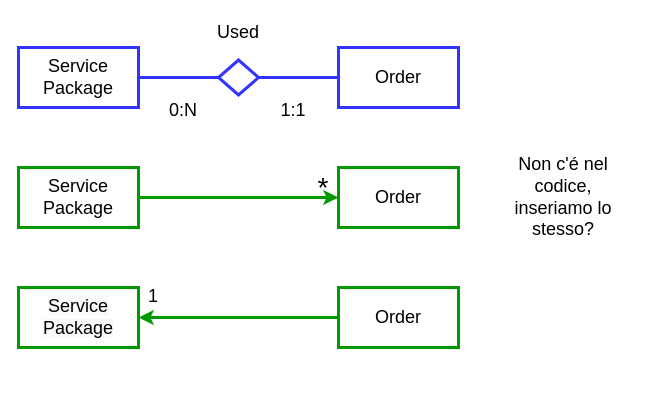
Before: page "Package - Order" (8 of 12) of Diagrams/relationships.drawio in matteovisotto/DB2-SirianiVisotto, a draw.io diagram. Source tidied: cells renumbered, new cells numbered last; positions are measured from the earlier drawing's top-left corner, leaving out a move shared by most shapes. Both pictures are drawn from the tidied source at 100%, with x=0, y=0 at pixel (18, 17).
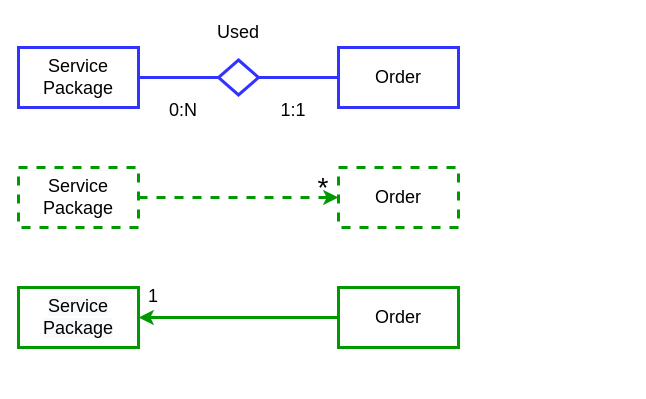
The same page after the edit.

Diff of the diagram source:
```diff
@@
 <mxGraphModel>
   <root>
     <mxCell id="0" />
     <mxCell id="1" parent="0" />
     <mxCell id="2" style="edgeStyle=orthogonalEdgeStyle;rounded=0;jettySize=auto;html=1;entryX=0;entryY=0.5;entryDx=0;entryDy=0;endArrow=none;endFill=0;strokeColor=#3333FF;strokeWidth=3;" parent="1" edge="1" source="3" target="5">
       <mxGeometry relative="1" as="geometry" />
     </mxCell>
     <mxCell id="3" value="Service Package" style="rounded=0;whiteSpace=wrap;html=1;strokeColor=#3333FF;strokeWidth=3;fontSize=18;" parent="1" vertex="1">
       <mxGeometry y="30" width="120" height="60" as="geometry" />
     </mxCell>
     <mxCell id="4" style="edgeStyle=orthogonalEdgeStyle;rounded=0;jettySize=auto;html=1;endArrow=none;endFill=0;strokeColor=#3333FF;strokeWidth=3;" parent="1" edge="1" source="5" target="6">
       <mxGeometry relative="1" as="geometry" />
     </mxCell>
     <mxCell id="5" style="rhombus;whiteSpace=wrap;html=1;strokeColor=#3333FF;strokeWidth=3;" parent="1" vertex="1">
       <mxGeometry x="200" y="42.5" width="40" height="35" as="geometry" />
     </mxCell>
     <mxCell id="6" value="Order" style="rounded=0;whiteSpace=wrap;html=1;strokeColor=#3333FF;strokeWidth=3;fontSize=18;" parent="1" vertex="1">
       <mxGeometry x="320" y="30" width="120" height="60" as="geometry" />
     </mxCell>
-    <mxCell id="7" style="edgeStyle=orthogonalEdgeStyle;rounded=0;jettySize=auto;html=1;endArrow=classic;endFill=1;strokeColor=#009900;strokeWidth=3;" parent="1" edge="1" source="8" target="9">
+    <mxCell id="7" style="edgeStyle=orthogonalEdgeStyle;rounded=0;jettySize=auto;html=1;endArrow=classic;endFill=1;strokeColor=#009900;strokeWidth=3;dashed=1;" parent="1" edge="1" source="8" target="9">
       <mxGeometry relative="1" as="geometry" />
     </mxCell>
-    <mxCell id="8" value="Service Package" style="rounded=0;whiteSpace=wrap;html=1;strokeColor=#009900;strokeWidth=3;fontSize=18;" parent="1" vertex="1">
+    <mxCell id="8" value="Service Package" style="rounded=0;whiteSpace=wrap;html=1;strokeColor=#009900;strokeWidth=3;fontSize=18;dashed=1;" parent="1" vertex="1">
       <mxGeometry y="150" width="120" height="60" as="geometry" />
     </mxCell>
-    <mxCell id="9" value="Order" style="rounded=0;whiteSpace=wrap;html=1;strokeColor=#009900;strokeWidth=3;fontSize=18;" parent="1" vertex="1">
+    <mxCell id="9" value="Order" style="rounded=0;whiteSpace=wrap;html=1;strokeColor=#009900;strokeWidth=3;fontSize=18;dashed=1;" parent="1" vertex="1">
       <mxGeometry x="320" y="150" width="120" height="60" as="geometry" />
     </mxCell>
     <mxCell id="10" value="&#10;&#10;&lt;span style=&quot;color: rgb(0, 0, 0); font-family: helvetica; font-size: 18px; font-style: normal; font-weight: 400; letter-spacing: normal; text-align: center; text-indent: 0px; text-transform: none; word-spacing: 0px; background-color: rgb(248, 249, 250); display: inline; float: none;&quot;&gt;Service Package&lt;/span&gt;&#10;&#10;" style="rounded=0;whiteSpace=wrap;html=1;strokeColor=#009900;strokeWidth=3;fontSize=18;" parent="1" vertex="1">
       <mxGeometry y="270" width="120" height="60" as="geometry" />
     </mxCell>
     <mxCell id="11" style="edgeStyle=orthogonalEdgeStyle;rounded=0;jettySize=auto;html=1;endArrow=classic;endFill=1;strokeColor=#009900;strokeWidth=3;" parent="1" edge="1" source="12" target="10">
       <mxGeometry relative="1" as="geometry" />
     </mxCell>
     <mxCell id="12" value="Order" style="rounded=0;whiteSpace=wrap;html=1;strokeColor=#009900;strokeWidth=3;fontSize=18;" parent="1" vertex="1">
       <mxGeometry x="320" y="270" width="120" height="60" as="geometry" />
     </mxCell>
     <mxCell id="13" value="&lt;span style=&quot;font-size: 18px&quot;&gt;Used&lt;/span&gt;" style="text;html=1;strokeColor=none;fillColor=none;align=center;verticalAlign=middle;whiteSpace=wrap;rounded=0;" parent="1" vertex="1">
       <mxGeometry x="190" width="60" height="30" as="geometry" />
     </mxCell>
     <mxCell id="14" value="&lt;font style=&quot;font-size: 18px&quot;&gt;0:N&lt;/font&gt;" style="text;html=1;strokeColor=none;fillColor=none;align=center;verticalAlign=middle;whiteSpace=wrap;rounded=0;" parent="1" vertex="1">
       <mxGeometry x="140" y="77.5" width="50" height="30" as="geometry" />
     </mxCell>
     <mxCell id="15" value="&lt;font style=&quot;font-size: 18px&quot;&gt;1:1&lt;/font&gt;" style="text;html=1;strokeColor=none;fillColor=none;align=center;verticalAlign=middle;whiteSpace=wrap;rounded=0;" parent="1" vertex="1">
       <mxGeometry x="250" y="77.5" width="50" height="30" as="geometry" />
     </mxCell>
-    <mxCell id="16" value="&lt;font style=&quot;font-size: 28px&quot;&gt;*&lt;/font&gt;" style="text;html=1;strokeColor=none;fillColor=none;align=center;verticalAlign=middle;whiteSpace=wrap;rounded=0;fontSize=18;" parent="1" vertex="1">
+    <mxCell id="16" value="&lt;font style=&quot;font-size: 28px&quot;&gt;*&lt;/font&gt;" style="text;html=1;strokeColor=none;fillColor=none;align=center;verticalAlign=middle;whiteSpace=wrap;rounded=0;fontSize=18;dashed=1;" parent="1" vertex="1">
       <mxGeometry x="280" y="160" width="50" height="20" as="geometry" />
     </mxCell>
     <mxCell id="17" value="&lt;font style=&quot;font-size: 18px&quot;&gt;1&lt;/font&gt;" style="text;html=1;strokeColor=none;fillColor=none;align=center;verticalAlign=middle;whiteSpace=wrap;rounded=0;fontSize=28;" parent="1" vertex="1">
       <mxGeometry x="120" y="260" width="30" height="30" as="geometry" />
     </mxCell>
-    <mxCell id="18" value="Non c'é nel codice, inseriamo lo stesso?" style="text;html=1;strokeColor=none;fillColor=none;align=center;verticalAlign=middle;whiteSpace=wrap;rounded=0;fontSize=18;" parent="1" vertex="1">
-      <mxGeometry x="480" y="165" width="130" height="30" as="geometry" />
-    </mxCell>
   </root>
 </mxGraphModel>
```
